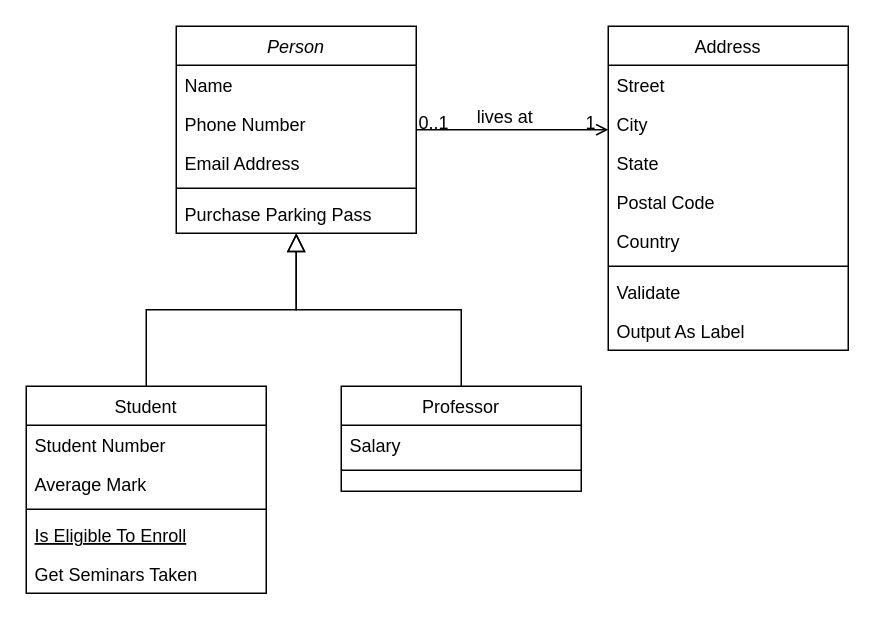
Earlier version of the draw.io diagram aa/제목 없는 다이어그램.drawio (mobumkhj/docs). Source tidied: cells renumbered, new cells numbered last; positions are measured from the earlier drawing's top-left corner, leaving out a move shared by most shapes. Both pictures are drawn from the tidied source at 150%, with x=0, y=0 at pixel (26, 26).
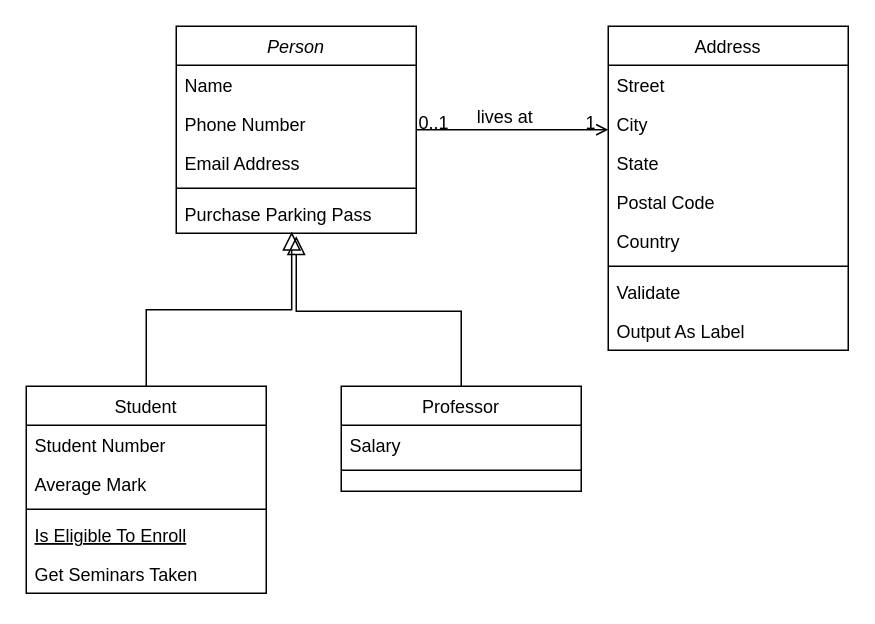
The same page after the edit.

Commit message:
제목 없는 다이어그램.drawio 업데이트

Unchanged cells that the change refers to:
```xml
<mxCell id="2" value="Person" style="swimlane;fontStyle=2;align=center;verticalAlign=top;horizontal=1;startSize=26;rounded=0;shadow=0;strokeWidth=1;" parent="1" vertex="1">
  <mxGeometry x="100" width="160" height="138" as="geometry" />
</mxCell>
<mxCell id="7" value="Purchase Parking Pass" style="text;align=left;verticalAlign=top;spacingLeft=4;spacingRight=4;overflow=hidden;points=[[0,0.5],[1,0.5]];portConstraint=eastwest;" parent="2" vertex="1">
  <mxGeometry y="112" width="160" height="26" as="geometry" />
</mxCell>
<mxCell id="8" value="Student" style="swimlane;fontStyle=0;align=center;verticalAlign=top;horizontal=1;startSize=26;rounded=0;shadow=0;strokeWidth=1;" parent="1" vertex="1">
  <mxGeometry y="240" width="160" height="138" as="geometry" />
</mxCell>
<mxCell id="15" value="Professor" style="swimlane;fontStyle=0;align=center;verticalAlign=top;horizontal=1;startSize=26;rounded=0;shadow=0;strokeWidth=1;" parent="1" vertex="1">
  <mxGeometry x="210" y="240" width="160" height="70" as="geometry" />
</mxCell>
```

Change to the diagram source:
```diff
@@
-    <mxCell id="14" style="endArrow=block;endSize=10;endFill=0;shadow=0;strokeWidth=1;rounded=0;edgeStyle=elbowEdgeStyle;elbow=vertical;" parent="1" edge="1" source="8" target="2">
+    <mxCell id="14" style="endArrow=block;endSize=10;endFill=0;shadow=0;strokeWidth=1;rounded=0;edgeStyle=elbowEdgeStyle;elbow=vertical;entryX=0.481;entryY=0.962;entryDx=0;entryDy=0;entryPerimeter=0;" parent="1" edge="1" source="8" target="7">
       <mxGeometry relative="1" as="geometry" />
     </mxCell>
@@
-    <mxCell id="18" style="endArrow=block;endSize=10;endFill=0;shadow=0;strokeWidth=1;rounded=0;edgeStyle=elbowEdgeStyle;elbow=vertical;" parent="1" edge="1" source="15" target="2">
-      <mxGeometry relative="1" as="geometry" />
+    <mxCell id="18" style="endArrow=block;endSize=10;endFill=0;shadow=0;strokeWidth=1;rounded=0;edgeStyle=elbowEdgeStyle;elbow=vertical;" parent="1" edge="1" source="15">
+      <mxGeometry relative="1" as="geometry">
+        <mxPoint x="180" y="140" as="targetPoint" />
+      </mxGeometry>
     </mxCell>
```
